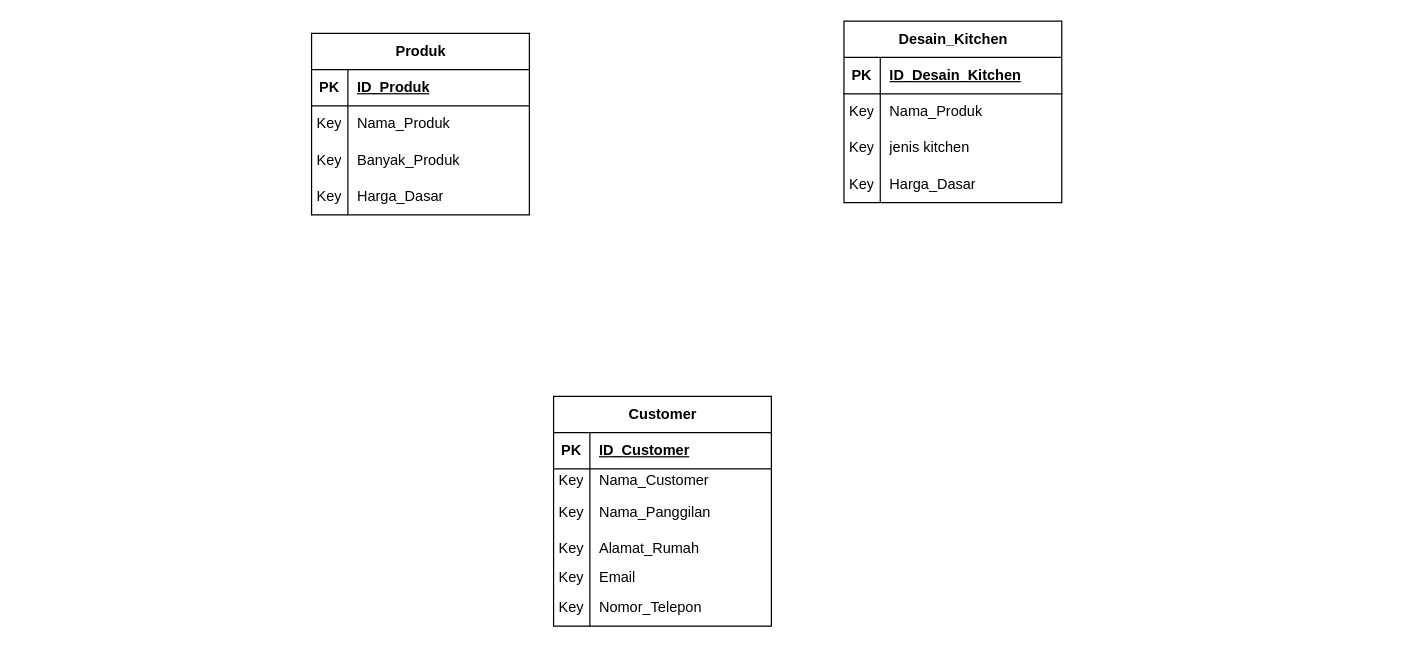
Before: sistem-kitchen-set-interior.drawio in King-Ag-Jv/Project-Atrem, a draw.io diagram. Source tidied: cells renumbered, new cells numbered last; positions are measured from the earlier drawing's top-left corner, leaving out a move shared by most shapes. Both pictures are drawn from the tidied source at 121%, with x=0, y=0 at pixel (311, 21).
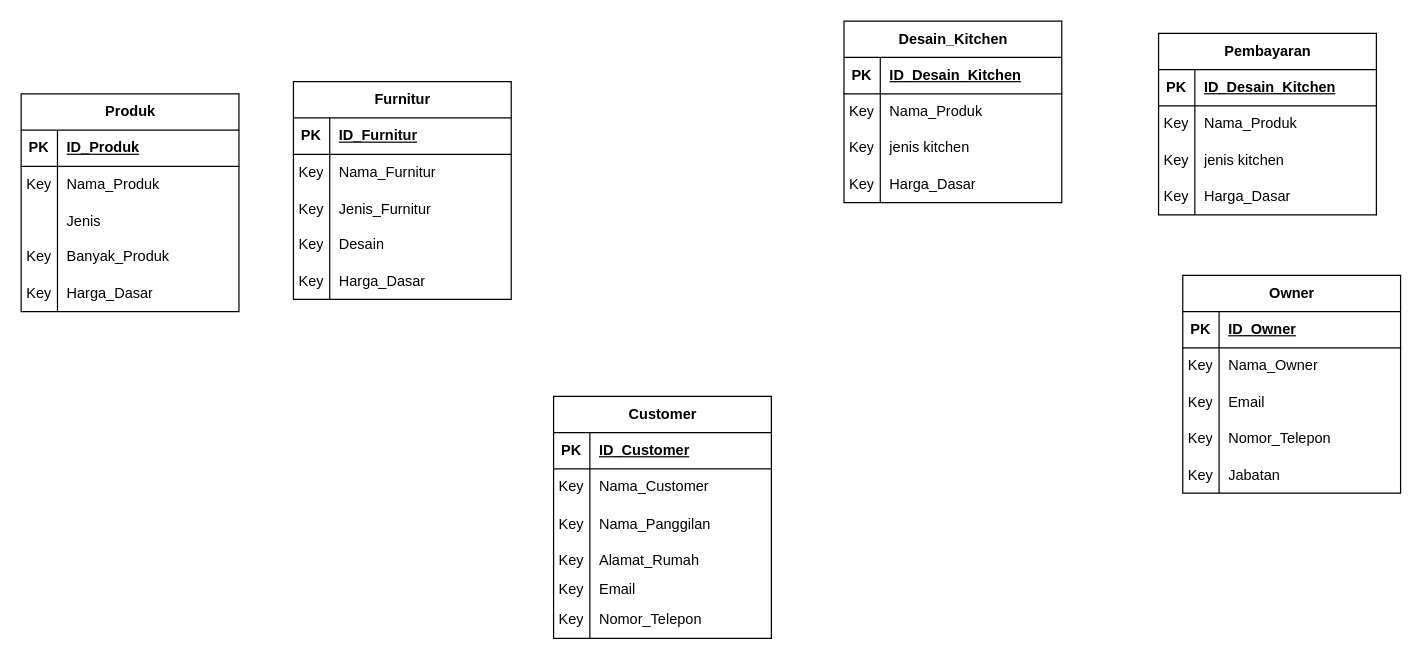
Above is the later version.

The edit, as a diff of the source:
```diff
@@
     <mxCell id="2" value="Produk" style="shape=table;startSize=30;childLayout=tableLayout;rowLines=0;fontStyle=1;align=center;html=1;" parent="1" vertex="1">
-      <mxGeometry y="10" width="180" height="150" as="geometry" />
+      <mxGeometry x="-240" y="60" width="180" height="180" as="geometry" />
     </mxCell>
@@
+    <mxCell id="47" style="shape=tableRow;horizontal=0;startSize=0;swimlaneHead=0;swimlaneBody=0;fillColor=none;top=0;left=0;right=0;bottom=0;" parent="2" vertex="1">
+      <mxGeometry y="90" width="180" height="30" as="geometry" />
+    </mxCell>
+    <mxCell id="48" style="shape=partialRectangle;fillColor=none;top=0;left=0;bottom=0;right=0;overflow=hidden;" parent="47" vertex="1">
+      <mxGeometry width="30" height="30" as="geometry" />
+    </mxCell>
+    <mxCell id="49" value="Jenis" style="shape=partialRectangle;fillColor=none;top=0;left=0;bottom=0;right=0;align=left;spacingLeft=6;overflow=hidden;" parent="47" vertex="1">
+      <mxGeometry x="30" width="150" height="30" as="geometry" />
+    </mxCell>
     <mxCell id="9" style="shape=tableRow;horizontal=0;startSize=0;swimlaneHead=0;swimlaneBody=0;fillColor=none;top=0;left=0;right=0;bottom=0;" parent="2" vertex="1">
-      <mxGeometry y="90" width="180" height="30" as="geometry" />
+      <mxGeometry y="120" width="180" height="30" as="geometry" />
     </mxCell>
@@
     <mxCell id="12" style="shape=tableRow;horizontal=0;startSize=0;swimlaneHead=0;swimlaneBody=0;fillColor=none;top=0;left=0;right=0;bottom=0;" parent="2" vertex="1">
-      <mxGeometry y="120" width="180" height="30" as="geometry" />
+      <mxGeometry y="150" width="180" height="30" as="geometry" />
     </mxCell>
@@
     <mxCell id="15" value="Customer" style="shape=table;startSize=30;childLayout=tableLayout;rowLines=0;fontStyle=1;align=center;html=1;" parent="1" vertex="1">
-      <mxGeometry x="200" y="310" width="180" height="190" as="geometry" />
+      <mxGeometry x="200" y="310" width="180" height="200" as="geometry" />
     </mxCell>
@@
     <mxCell id="19" style="shape=tableRow;horizontal=0;startSize=0;swimlaneHead=0;swimlaneBody=0;fillColor=none;top=0;left=0;right=0;bottom=0;" parent="15" vertex="1">
-      <mxGeometry y="60" width="180" height="20" as="geometry" />
+      <mxGeometry y="60" width="180" height="30" as="geometry" />
     </mxCell>
     <mxCell id="20" value="Key" style="shape=partialRectangle;fillColor=none;top=0;left=0;bottom=0;right=0;overflow=hidden;whiteSpace=wrap;html=1;" parent="19" vertex="1">
-      <mxGeometry width="30" height="20" as="geometry" />
+      <mxGeometry width="30" height="30" as="geometry" />
     </mxCell>
     <mxCell id="21" value="Nama_Customer" style="shape=partialRectangle;fillColor=none;top=0;left=0;bottom=0;right=0;align=left;spacingLeft=6;overflow=hidden;whiteSpace=wrap;html=1;" parent="19" vertex="1">
-      <mxGeometry x="30" width="150" height="20" as="geometry" />
+      <mxGeometry x="30" width="150" height="30" as="geometry" />
     </mxCell>
     <mxCell id="22" style="shape=tableRow;horizontal=0;startSize=0;swimlaneHead=0;swimlaneBody=0;fillColor=none;top=0;left=0;right=0;bottom=0;" parent="15" vertex="1">
-      <mxGeometry y="80" width="180" height="30" as="geometry" />
+      <mxGeometry y="90" width="180" height="30" as="geometry" />
     </mxCell>
@@
     <mxCell id="25" style="shape=tableRow;horizontal=0;startSize=0;swimlaneHead=0;swimlaneBody=0;fillColor=none;top=0;left=0;right=0;bottom=0;" parent="15" vertex="1">
-      <mxGeometry y="110" width="180" height="30" as="geometry" />
+      <mxGeometry y="120" width="180" height="30" as="geometry" />
     </mxCell>
@@
     <mxCell id="28" style="shape=tableRow;horizontal=0;startSize=0;swimlaneHead=0;swimlaneBody=0;fillColor=none;top=0;left=0;right=0;bottom=0;" parent="15" vertex="1">
-      <mxGeometry y="140" width="180" height="20" as="geometry" />
+      <mxGeometry y="150" width="180" height="20" as="geometry" />
     </mxCell>
@@
     <mxCell id="31" style="shape=tableRow;horizontal=0;startSize=0;swimlaneHead=0;swimlaneBody=0;fillColor=none;top=0;left=0;right=0;bottom=0;" parent="15" vertex="1">
-      <mxGeometry y="160" width="180" height="30" as="geometry" />
+      <mxGeometry y="170" width="180" height="30" as="geometry" />
     </mxCell>
@@
+    <mxCell id="50" value="Owner" style="shape=table;startSize=30;childLayout=tableLayout;rowLines=0;fontStyle=1;align=center;html=1;" parent="1" vertex="1">
+      <mxGeometry x="720" y="210" width="180" height="180" as="geometry" />
+    </mxCell>
+    <mxCell id="51" style="shape=tableRow;horizontal=0;startSize=0;swimlaneHead=0;swimlaneBody=0;fillColor=none;top=0;left=0;right=0;bottom=1;" parent="50" vertex="1">
+      <mxGeometry y="30" width="180" height="30" as="geometry" />
+    </mxCell>
+    <mxCell id="52" value="PK" style="shape=partialRectangle;fillColor=none;top=0;left=0;bottom=0;right=0;fontStyle=1;overflow=hidden;whiteSpace=wrap;html=1;" parent="51" vertex="1">
+      <mxGeometry width="30" height="30" as="geometry" />
+    </mxCell>
+    <mxCell id="53" value="ID_Owner" style="shape=partialRectangle;fillColor=none;top=0;left=0;bottom=0;right=0;align=left;spacingLeft=6;fontStyle=5;overflow=hidden;whiteSpace=wrap;html=1;" parent="51" vertex="1">
+      <mxGeometry x="30" width="150" height="30" as="geometry" />
+    </mxCell>
+    <mxCell id="54" style="shape=tableRow;horizontal=0;startSize=0;swimlaneHead=0;swimlaneBody=0;fillColor=none;top=0;left=0;right=0;bottom=0;" parent="50" vertex="1">
+      <mxGeometry y="60" width="180" height="30" as="geometry" />
+    </mxCell>
+    <mxCell id="55" value="Key" style="shape=partialRectangle;fillColor=none;top=0;left=0;bottom=0;right=0;overflow=hidden;whiteSpace=wrap;html=1;" parent="54" vertex="1">
+      <mxGeometry width="30" height="30" as="geometry" />
+    </mxCell>
+    <mxCell id="56" value="Nama_Owner" style="shape=partialRectangle;fillColor=none;top=0;left=0;bottom=0;right=0;align=left;spacingLeft=6;overflow=hidden;whiteSpace=wrap;html=1;" parent="54" vertex="1">
+      <mxGeometry x="30" width="150" height="30" as="geometry" />
+    </mxCell>
+    <mxCell id="57" style="shape=tableRow;horizontal=0;startSize=0;swimlaneHead=0;swimlaneBody=0;fillColor=none;top=0;left=0;right=0;bottom=0;" parent="50" vertex="1">
+      <mxGeometry y="90" width="180" height="30" as="geometry" />
+    </mxCell>
+    <mxCell id="58" value="Key" style="shape=partialRectangle;fillColor=none;top=0;left=0;bottom=0;right=0;overflow=hidden;whiteSpace=wrap;html=1;" parent="57" vertex="1">
+      <mxGeometry width="30" height="30" as="geometry" />
+    </mxCell>
+    <mxCell id="59" value="Email" style="shape=partialRectangle;fillColor=none;top=0;left=0;bottom=0;right=0;align=left;spacingLeft=6;overflow=hidden;whiteSpace=wrap;html=1;" parent="57" vertex="1">
+      <mxGeometry x="30" width="150" height="30" as="geometry" />
+    </mxCell>
+    <mxCell id="60" style="shape=tableRow;horizontal=0;startSize=0;swimlaneHead=0;swimlaneBody=0;fillColor=none;top=0;left=0;right=0;bottom=0;" parent="50" vertex="1">
+      <mxGeometry y="120" width="180" height="30" as="geometry" />
+    </mxCell>
+    <mxCell id="61" value="Key" style="shape=partialRectangle;fillColor=none;top=0;left=0;bottom=0;right=0;overflow=hidden;whiteSpace=wrap;html=1;" parent="60" vertex="1">
+      <mxGeometry width="30" height="30" as="geometry" />
+    </mxCell>
+    <mxCell id="62" value="Nomor_Telepon" style="shape=partialRectangle;fillColor=none;top=0;left=0;bottom=0;right=0;align=left;spacingLeft=6;overflow=hidden;whiteSpace=wrap;html=1;" parent="60" vertex="1">
+      <mxGeometry x="30" width="150" height="30" as="geometry" />
+    </mxCell>
+    <mxCell id="63" style="shape=tableRow;horizontal=0;startSize=0;swimlaneHead=0;swimlaneBody=0;fillColor=none;top=0;left=0;right=0;bottom=0;" parent="50" vertex="1">
+      <mxGeometry y="150" width="180" height="30" as="geometry" />
+    </mxCell>
+    <mxCell id="64" value="Key" style="shape=partialRectangle;fillColor=none;top=0;left=0;bottom=0;right=0;overflow=hidden;" parent="63" vertex="1">
+      <mxGeometry width="30" height="30" as="geometry" />
+    </mxCell>
+    <mxCell id="65" value="Jabatan" style="shape=partialRectangle;fillColor=none;top=0;left=0;bottom=0;right=0;align=left;spacingLeft=6;overflow=hidden;" parent="63" vertex="1">
+      <mxGeometry x="30" width="150" height="30" as="geometry" />
+    </mxCell>
+    <mxCell id="66" value="Pembayaran" style="shape=table;startSize=30;childLayout=tableLayout;rowLines=0;fontStyle=1;align=center;html=1;" parent="1" vertex="1">
+      <mxGeometry x="700" y="10" width="180" height="150" as="geometry" />
+    </mxCell>
+    <mxCell id="67" style="shape=tableRow;horizontal=0;startSize=0;swimlaneHead=0;swimlaneBody=0;fillColor=none;top=0;left=0;right=0;bottom=1;" parent="66" vertex="1">
+      <mxGeometry y="30" width="180" height="30" as="geometry" />
+    </mxCell>
+    <mxCell id="68" value="PK" style="shape=partialRectangle;fillColor=none;top=0;left=0;bottom=0;right=0;fontStyle=1;overflow=hidden;whiteSpace=wrap;html=1;" parent="67" vertex="1">
+      <mxGeometry width="30" height="30" as="geometry" />
+    </mxCell>
+    <mxCell id="69" value="ID_Desain_Kitchen" style="shape=partialRectangle;fillColor=none;top=0;left=0;bottom=0;right=0;align=left;spacingLeft=6;fontStyle=5;overflow=hidden;whiteSpace=wrap;html=1;" parent="67" vertex="1">
+      <mxGeometry x="30" width="150" height="30" as="geometry" />
+    </mxCell>
+    <mxCell id="70" style="shape=tableRow;horizontal=0;startSize=0;swimlaneHead=0;swimlaneBody=0;fillColor=none;top=0;left=0;right=0;bottom=0;" parent="66" vertex="1">
+      <mxGeometry y="60" width="180" height="30" as="geometry" />
+    </mxCell>
+    <mxCell id="71" value="Key" style="shape=partialRectangle;fillColor=none;top=0;left=0;bottom=0;right=0;overflow=hidden;whiteSpace=wrap;html=1;" parent="70" vertex="1">
+      <mxGeometry width="30" height="30" as="geometry" />
+    </mxCell>
+    <mxCell id="72" value="Nama_Produk" style="shape=partialRectangle;fillColor=none;top=0;left=0;bottom=0;right=0;align=left;spacingLeft=6;overflow=hidden;whiteSpace=wrap;html=1;" parent="70" vertex="1">
+      <mxGeometry x="30" width="150" height="30" as="geometry" />
+    </mxCell>
+    <mxCell id="73" style="shape=tableRow;horizontal=0;startSize=0;swimlaneHead=0;swimlaneBody=0;fillColor=none;top=0;left=0;right=0;bottom=0;" parent="66" vertex="1">
+      <mxGeometry y="90" width="180" height="30" as="geometry" />
+    </mxCell>
+    <mxCell id="74" value="Key" style="shape=partialRectangle;fillColor=none;top=0;left=0;bottom=0;right=0;overflow=hidden;whiteSpace=wrap;html=1;" parent="73" vertex="1">
+      <mxGeometry width="30" height="30" as="geometry" />
+    </mxCell>
+    <mxCell id="75" value="jenis kitchen" style="shape=partialRectangle;fillColor=none;top=0;left=0;bottom=0;right=0;align=left;spacingLeft=6;overflow=hidden;whiteSpace=wrap;html=1;" parent="73" vertex="1">
+      <mxGeometry x="30" width="150" height="30" as="geometry" />
+    </mxCell>
+    <mxCell id="76" style="shape=tableRow;horizontal=0;startSize=0;swimlaneHead=0;swimlaneBody=0;fillColor=none;top=0;left=0;right=0;bottom=0;" parent="66" vertex="1">
+      <mxGeometry y="120" width="180" height="30" as="geometry" />
+    </mxCell>
+    <mxCell id="77" value="Key" style="shape=partialRectangle;fillColor=none;top=0;left=0;bottom=0;right=0;overflow=hidden;whiteSpace=wrap;html=1;" parent="76" vertex="1">
+      <mxGeometry width="30" height="30" as="geometry" />
+    </mxCell>
+    <mxCell id="78" value="Harga_Dasar" style="shape=partialRectangle;fillColor=none;top=0;left=0;bottom=0;right=0;align=left;spacingLeft=6;overflow=hidden;whiteSpace=wrap;html=1;" parent="76" vertex="1">
+      <mxGeometry x="30" width="150" height="30" as="geometry" />
+    </mxCell>
+    <mxCell id="79" value="Furnitur" style="shape=table;startSize=30;childLayout=tableLayout;rowLines=0;fontStyle=1;align=center;html=1;" parent="1" vertex="1">
+      <mxGeometry x="-15" y="50" width="180" height="180" as="geometry" />
+    </mxCell>
+    <mxCell id="80" style="shape=tableRow;horizontal=0;startSize=0;swimlaneHead=0;swimlaneBody=0;fillColor=none;top=0;left=0;right=0;bottom=1;" parent="79" vertex="1">
+      <mxGeometry y="30" width="180" height="30" as="geometry" />
+    </mxCell>
+    <mxCell id="81" value="PK" style="shape=partialRectangle;fillColor=none;top=0;left=0;bottom=0;right=0;fontStyle=1;overflow=hidden;whiteSpace=wrap;html=1;" parent="80" vertex="1">
+      <mxGeometry width="30" height="30" as="geometry" />
+    </mxCell>
+    <mxCell id="82" value="ID_Furnitur" style="shape=partialRectangle;fillColor=none;top=0;left=0;bottom=0;right=0;align=left;spacingLeft=6;fontStyle=5;overflow=hidden;whiteSpace=wrap;html=1;" parent="80" vertex="1">
+      <mxGeometry x="30" width="150" height="30" as="geometry" />
+    </mxCell>
+    <mxCell id="83" style="shape=tableRow;horizontal=0;startSize=0;swimlaneHead=0;swimlaneBody=0;fillColor=none;top=0;left=0;right=0;bottom=0;" parent="79" vertex="1">
+      <mxGeometry y="60" width="180" height="30" as="geometry" />
+    </mxCell>
+    <mxCell id="84" value="Key" style="shape=partialRectangle;fillColor=none;top=0;left=0;bottom=0;right=0;overflow=hidden;whiteSpace=wrap;html=1;" parent="83" vertex="1">
+      <mxGeometry width="30" height="30" as="geometry" />
+    </mxCell>
+    <mxCell id="85" value="Nama_Furnitur" style="shape=partialRectangle;fillColor=none;top=0;left=0;bottom=0;right=0;align=left;spacingLeft=6;overflow=hidden;whiteSpace=wrap;html=1;" parent="83" vertex="1">
+      <mxGeometry x="30" width="150" height="30" as="geometry" />
+    </mxCell>
+    <mxCell id="86" style="shape=tableRow;horizontal=0;startSize=0;swimlaneHead=0;swimlaneBody=0;fillColor=none;top=0;left=0;right=0;bottom=0;" parent="79" vertex="1">
+      <mxGeometry y="90" width="180" height="30" as="geometry" />
+    </mxCell>
+    <mxCell id="87" value="Key" style="shape=partialRectangle;fillColor=none;top=0;left=0;bottom=0;right=0;overflow=hidden;" parent="86" vertex="1">
+      <mxGeometry width="30" height="30" as="geometry" />
+    </mxCell>
+    <mxCell id="88" value="Jenis_Furnitur" style="shape=partialRectangle;fillColor=none;top=0;left=0;bottom=0;right=0;align=left;spacingLeft=6;overflow=hidden;" parent="86" vertex="1">
+      <mxGeometry x="30" width="150" height="30" as="geometry" />
+    </mxCell>
+    <mxCell id="89" style="shape=tableRow;horizontal=0;startSize=0;swimlaneHead=0;swimlaneBody=0;fillColor=none;top=0;left=0;right=0;bottom=0;" parent="79" vertex="1">
+      <mxGeometry y="120" width="180" height="30" as="geometry" />
+    </mxCell>
+    <mxCell id="90" value="Key" style="shape=partialRectangle;fillColor=none;top=0;left=0;bottom=0;right=0;overflow=hidden;whiteSpace=wrap;html=1;" parent="89" vertex="1">
+      <mxGeometry width="30" height="30" as="geometry" />
+    </mxCell>
+    <mxCell id="91" value="Desain" style="shape=partialRectangle;fillColor=none;top=0;left=0;bottom=0;right=0;align=left;spacingLeft=6;overflow=hidden;whiteSpace=wrap;html=1;" parent="89" vertex="1">
+      <mxGeometry x="30" width="150" height="30" as="geometry" />
+    </mxCell>
+    <mxCell id="92" style="shape=tableRow;horizontal=0;startSize=0;swimlaneHead=0;swimlaneBody=0;fillColor=none;top=0;left=0;right=0;bottom=0;" parent="79" vertex="1">
+      <mxGeometry y="150" width="180" height="30" as="geometry" />
+    </mxCell>
+    <mxCell id="93" value="Key" style="shape=partialRectangle;fillColor=none;top=0;left=0;bottom=0;right=0;overflow=hidden;whiteSpace=wrap;html=1;" parent="92" vertex="1">
+      <mxGeometry width="30" height="30" as="geometry" />
+    </mxCell>
+    <mxCell id="94" value="Harga_Dasar" style="shape=partialRectangle;fillColor=none;top=0;left=0;bottom=0;right=0;align=left;spacingLeft=6;overflow=hidden;whiteSpace=wrap;html=1;" parent="92" vertex="1">
+      <mxGeometry x="30" width="150" height="30" as="geometry" />
+    </mxCell>
```
